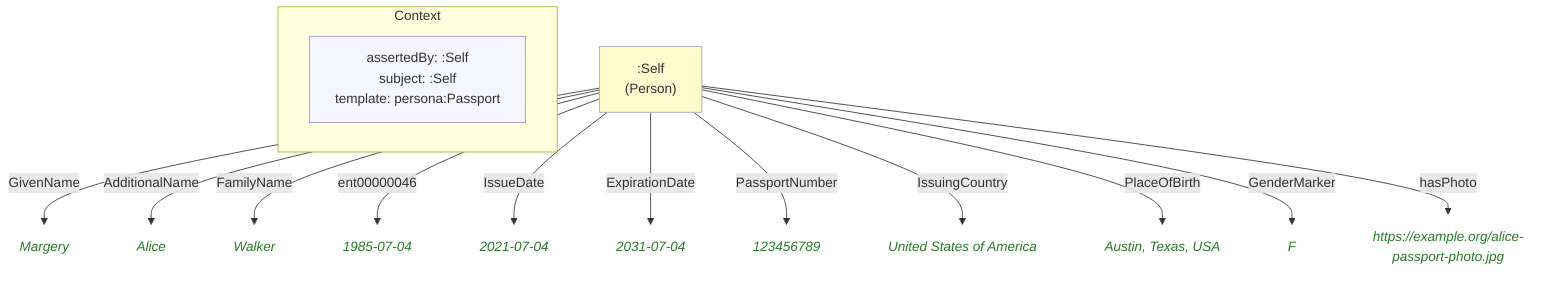
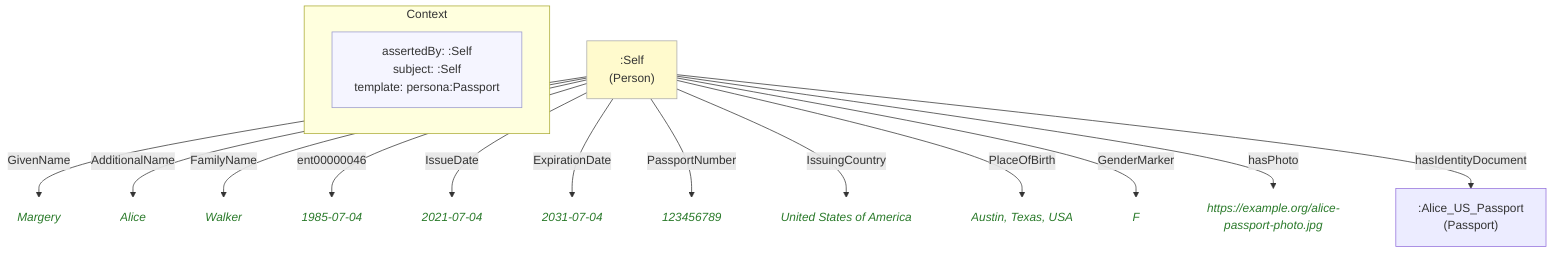
flowchart TD
    classDef person fill:#fffacd,stroke:#aaa,color:#333
    classDef grp    fill:#d4edda,stroke:#aaa,color:#333
    classDef org    fill:#cce5ff,stroke:#aaa,color:#333
    classDef lit    fill:none,stroke:none,font-style:italic,color:#2a7a2a
    classDef meta   fill:#f5f5ff,stroke:#9999cc,color:#333

    subgraph ctx["Context"]
        direction LR
        ctx_meta["assertedBy: :Self\nsubject: :Self\ntemplate: persona:Passport"]:::meta
    end

+     n1e9b86ff4c78[":Alice_US_Passport\n(Passport)"]
    ne0c3ba92f1db[":Self\n(Person)"]:::person
-     nb4a2268f4c8a("Margery"):::lit
-     n108ec41c7281("Alice"):::lit
-     n799ae6871319("Walker"):::lit
-     ne07a212ee350("1985-07-04"):::lit
-     n7d77d7ac0a9c("2021-07-04"):::lit
-     n374b51723d23("2031-07-04"):::lit
-     n564d4737c35b("123456789"):::lit
-     nfb52445e793c("United States of America"):::lit
-     n1ac602b09025("Austin, Texas, USA"):::lit
-     n532147cde0f7("F"):::lit
+     nc18b749b7e4d("Margery"):::lit
+     ndeb18f0b8625("Alice"):::lit
+     n5bce13d36c03("Walker"):::lit
+     n66f892725a19("1985-07-04"):::lit
+     naa7fe000aa2d("2021-07-04"):::lit
+     n480fa7e56c2b("2031-07-04"):::lit
+     n11334113898a("123456789"):::lit
+     n81927fe6d7a4("United States of America"):::lit
+     na34c246b24fa("Austin, Texas, USA"):::lit
+     nacde15ce702b("F"):::lit
    nd1310d4db60a("https://example.org/alice-passport-photo.jpg"):::lit

-     ne0c3ba92f1db -->|"GivenName"| nb4a2268f4c8a
-     ne0c3ba92f1db -->|"AdditionalName"| n108ec41c7281
-     ne0c3ba92f1db -->|"FamilyName"| n799ae6871319
-     ne0c3ba92f1db -->|"ent00000046"| ne07a212ee350
-     ne0c3ba92f1db -->|"IssueDate"| n7d77d7ac0a9c
-     ne0c3ba92f1db -->|"ExpirationDate"| n374b51723d23
-     ne0c3ba92f1db -->|"PassportNumber"| n564d4737c35b
-     ne0c3ba92f1db -->|"IssuingCountry"| nfb52445e793c
-     ne0c3ba92f1db -->|"PlaceOfBirth"| n1ac602b09025
-     ne0c3ba92f1db -->|"GenderMarker"| n532147cde0f7
+     ne0c3ba92f1db -->|"GivenName"| nc18b749b7e4d
+     ne0c3ba92f1db -->|"AdditionalName"| ndeb18f0b8625
+     ne0c3ba92f1db -->|"FamilyName"| n5bce13d36c03
+     ne0c3ba92f1db -->|"ent00000046"| n66f892725a19
+     ne0c3ba92f1db -->|"IssueDate"| naa7fe000aa2d
+     ne0c3ba92f1db -->|"ExpirationDate"| n480fa7e56c2b
+     ne0c3ba92f1db -->|"PassportNumber"| n11334113898a
+     ne0c3ba92f1db -->|"IssuingCountry"| n81927fe6d7a4
+     ne0c3ba92f1db -->|"PlaceOfBirth"| na34c246b24fa
+     ne0c3ba92f1db -->|"GenderMarker"| nacde15ce702b
    ne0c3ba92f1db -->|"hasPhoto"| nd1310d4db60a
+     ne0c3ba92f1db -->|"hasIdentityDocument"| n1e9b86ff4c78
